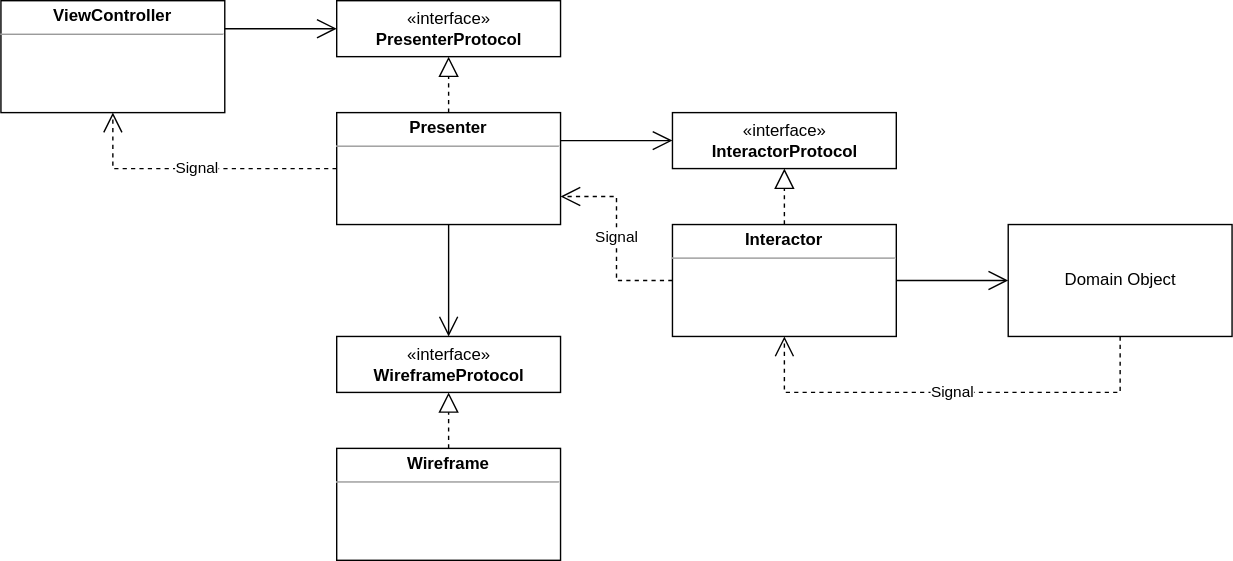
Before: myPhotoBrowser/Note/Layout.svg, a diagram exported from draw.io (taitty/SwiftPractice). Source tidied: cells renumbered, new cells last; positions are measured from the earlier drawing's top-left corner, leaving out a move shared by most shapes.
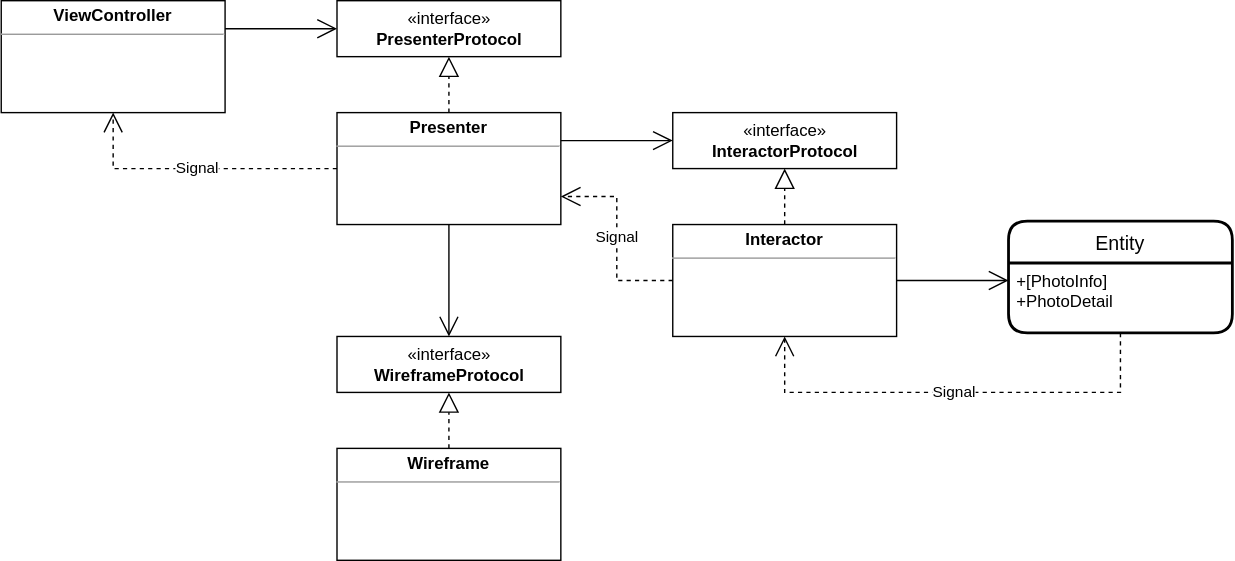
The same file after the commit.

Diff of the diagram source:
```diff
@@ -56,10 +56,10 @@
         </Array>
       </mxGeometry>
     </mxCell>
-    <mxCell id="17" style="endArrow=open;endFill=1;endSize=12;html=1;rounded=0;exitX=1;exitY=0.5;exitDx=0;exitDy=0;entryX=0;entryY=0.5;entryDx=0;entryDy=0;" parent="1" edge="1" source="6" target="19">
+    <mxCell id="17" style="endArrow=open;endFill=1;endSize=12;html=1;rounded=0;exitX=1;exitY=0.5;exitDx=0;exitDy=0;entryX=0;entryY=0.25;entryDx=0;entryDy=0;" parent="1" edge="1" source="6" target="21">
       <mxGeometry relative="1" as="geometry" />
     </mxCell>
-    <mxCell id="18" value="Signal" style="endArrow=open;endSize=12;dashed=1;html=1;rounded=0;entryX=0.5;entryY=1;entryDx=0;entryDy=0;exitX=0.5;exitY=1;exitDx=0;exitDy=0;" parent="1" edge="1" source="19" target="6">
+    <mxCell id="18" value="Signal" style="endArrow=open;endSize=12;dashed=1;html=1;rounded=0;entryX=0.5;entryY=1;entryDx=0;entryDy=0;exitX=0.5;exitY=1;exitDx=0;exitDy=0;" parent="1" edge="1" source="21" target="6">
       <mxGeometry relative="1" as="geometry">
         <Array as="points">
           <mxPoint x="800" y="280" />
@@ -67,8 +67,11 @@
         </Array>
       </mxGeometry>
     </mxCell>
-    <mxCell id="19" value="Domain Object" style="html=1;" parent="1" vertex="1">
-      <mxGeometry x="720" y="160" width="160" height="80" as="geometry" />
-    </mxCell>
+    <mxCell id="20" value="Entity" style="swimlane;horizontal=1;startSize=30;rounded=1;fontSize=14;fontStyle=0;strokeWidth=2;shadow=0;dashed=0;align=center;" parent="1" vertex="1">
+      <mxGeometry x="720" y="157.5" width="160" height="80" as="geometry" />
+    </mxCell>
+    <mxCell id="21" value="+[PhotoInfo]&#10;+PhotoDetail" style="align=left;strokeColor=none;fillColor=none;spacingLeft=4;fontSize=12;verticalAlign=top;" parent="20" vertex="1">
+      <mxGeometry y="30" width="160" height="50" as="geometry" />
+    </mxCell>
   </root>
 </mxGraphModel>
```
